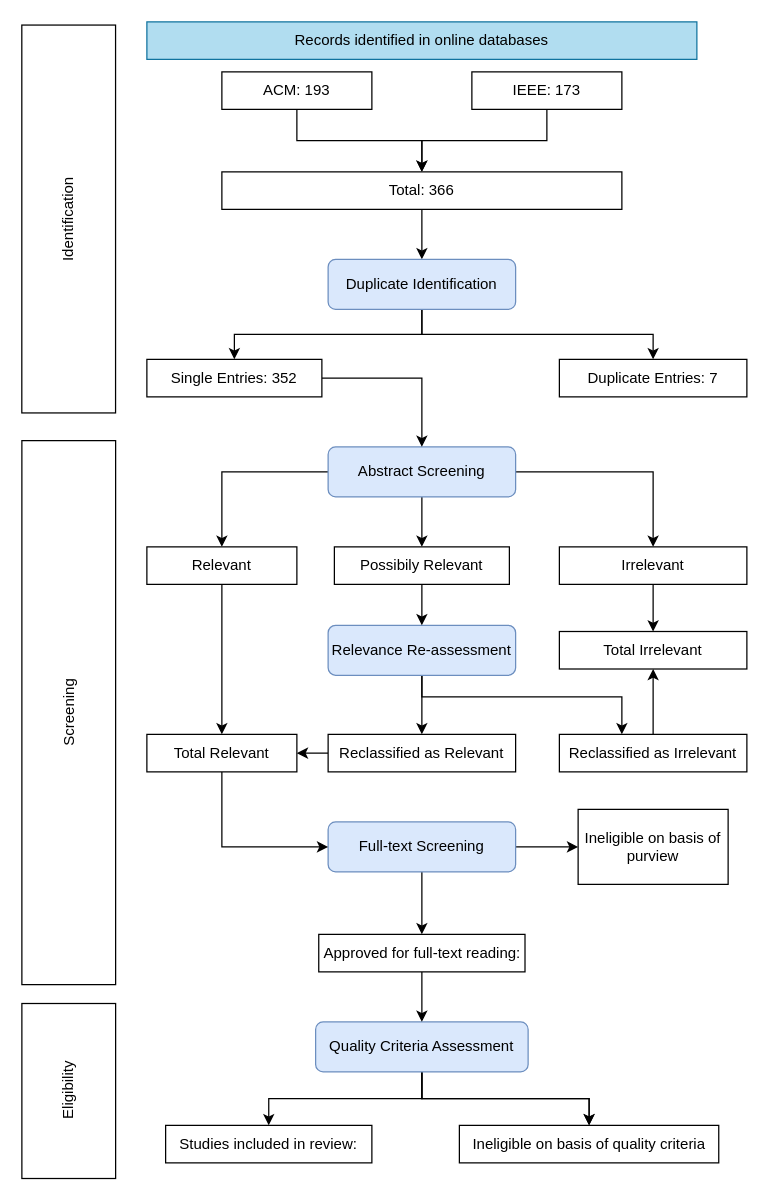
The draw.io diagram eligibility_prog.drawio in nuno99costa/equipa7-challenge5-meia-2022, before the edit. Source tidied: cells renumbered, new cells numbered last; positions are measured from the earlier drawing's top-left corner, leaving out a move shared by most shapes. Both pictures are drawn from the tidied source at 125%, with x=0, y=0 at pixel (-204, 21).
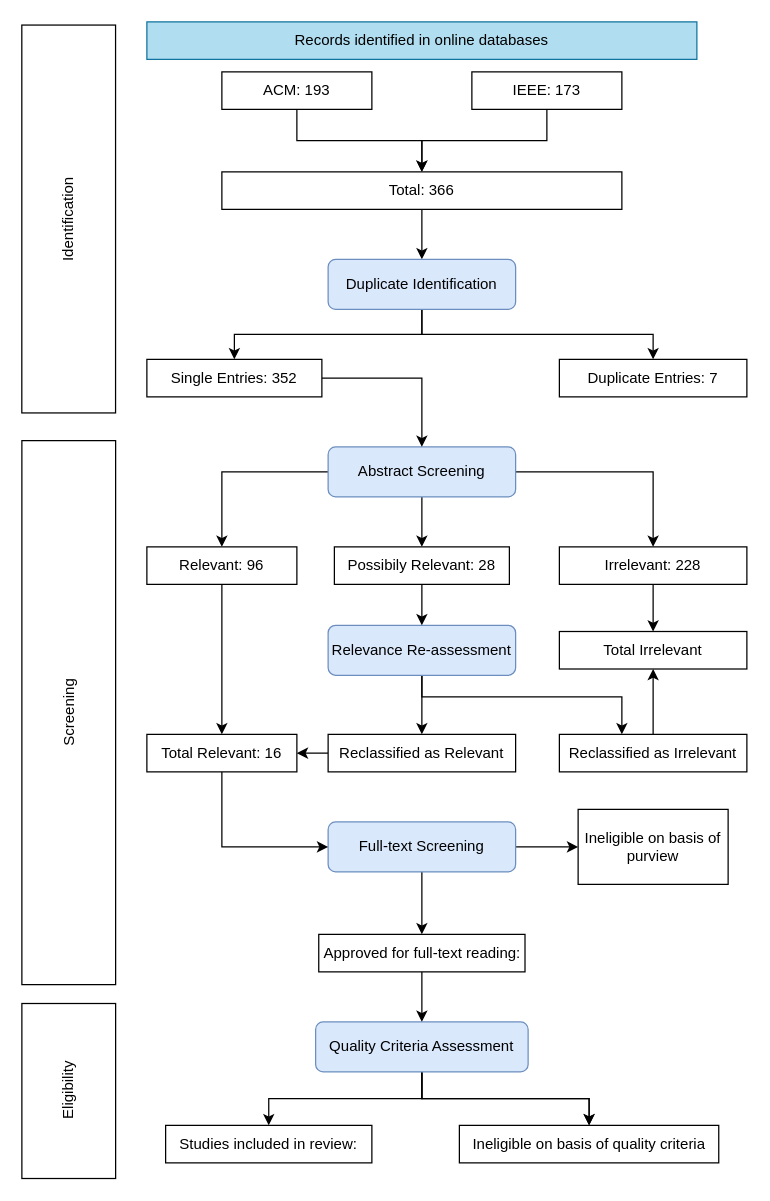
The same page after the edit.

Commit message (it also covers changes not shown here):
Update to REF files and diagrams

Diff of the diagram source:
```diff
@@
-    <mxCell id="33" value="Irrelevant" style="rounded=0;whiteSpace=wrap;html=1;" parent="1" vertex="1">
+    <mxCell id="33" value="Irrelevant: 228" style="rounded=0;whiteSpace=wrap;html=1;" parent="1" vertex="1">
       <mxGeometry x="610" y="420" width="150" height="30" as="geometry" />
     </mxCell>
@@
-    <mxCell id="35" value="Relevant" style="rounded=0;whiteSpace=wrap;html=1;" parent="1" vertex="1">
+    <mxCell id="35" value="Relevant: 96" style="rounded=0;whiteSpace=wrap;html=1;" parent="1" vertex="1">
       <mxGeometry x="280" y="420" width="120" height="30" as="geometry" />
     </mxCell>
@@
-    <mxCell id="37" value="Possibily Relevant" style="rounded=0;whiteSpace=wrap;html=1;" parent="1" vertex="1">
+    <mxCell id="37" value="Possibily Relevant: 28" style="rounded=0;whiteSpace=wrap;html=1;" parent="1" vertex="1">
       <mxGeometry x="430" y="420" width="140" height="30" as="geometry" />
     </mxCell>
@@
-    <mxCell id="39" value="Total Relevant" style="rounded=0;whiteSpace=wrap;html=1;" parent="1" vertex="1">
+    <mxCell id="39" value="Total Relevant: 16" style="rounded=0;whiteSpace=wrap;html=1;" parent="1" vertex="1">
       <mxGeometry x="280" y="570" width="120" height="30" as="geometry" />
     </mxCell>
```
